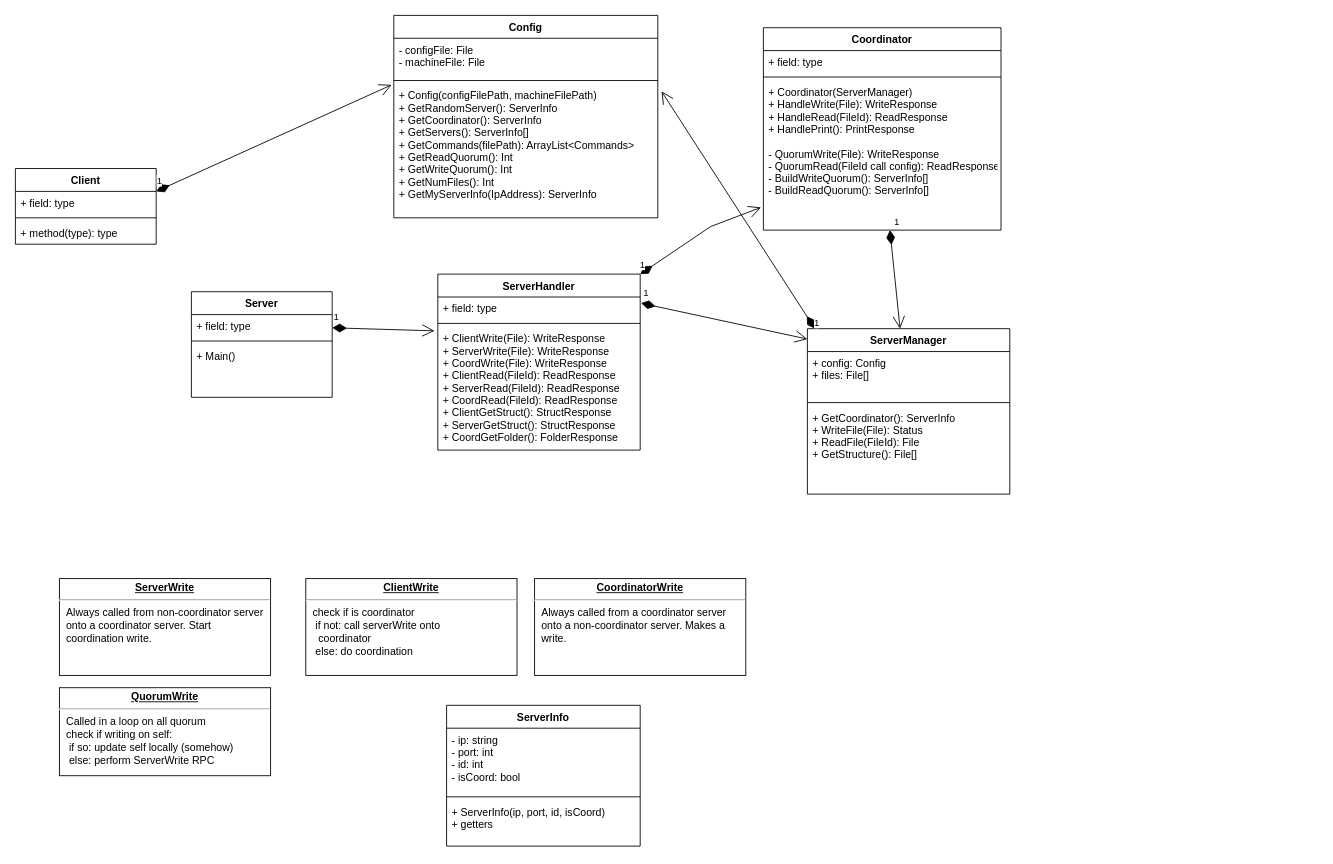
lukekivi/Distributed-File-System keeps this draw.io diagram as PA3.drawio. Above is the earlier version. Source tidied: cells renumbered, new cells numbered last; positions are measured from the earlier drawing's top-left corner, leaving out a move shared by most shapes. Both pictures are drawn from the tidied source at 88%, with x=0, y=0 at pixel (15, 15).
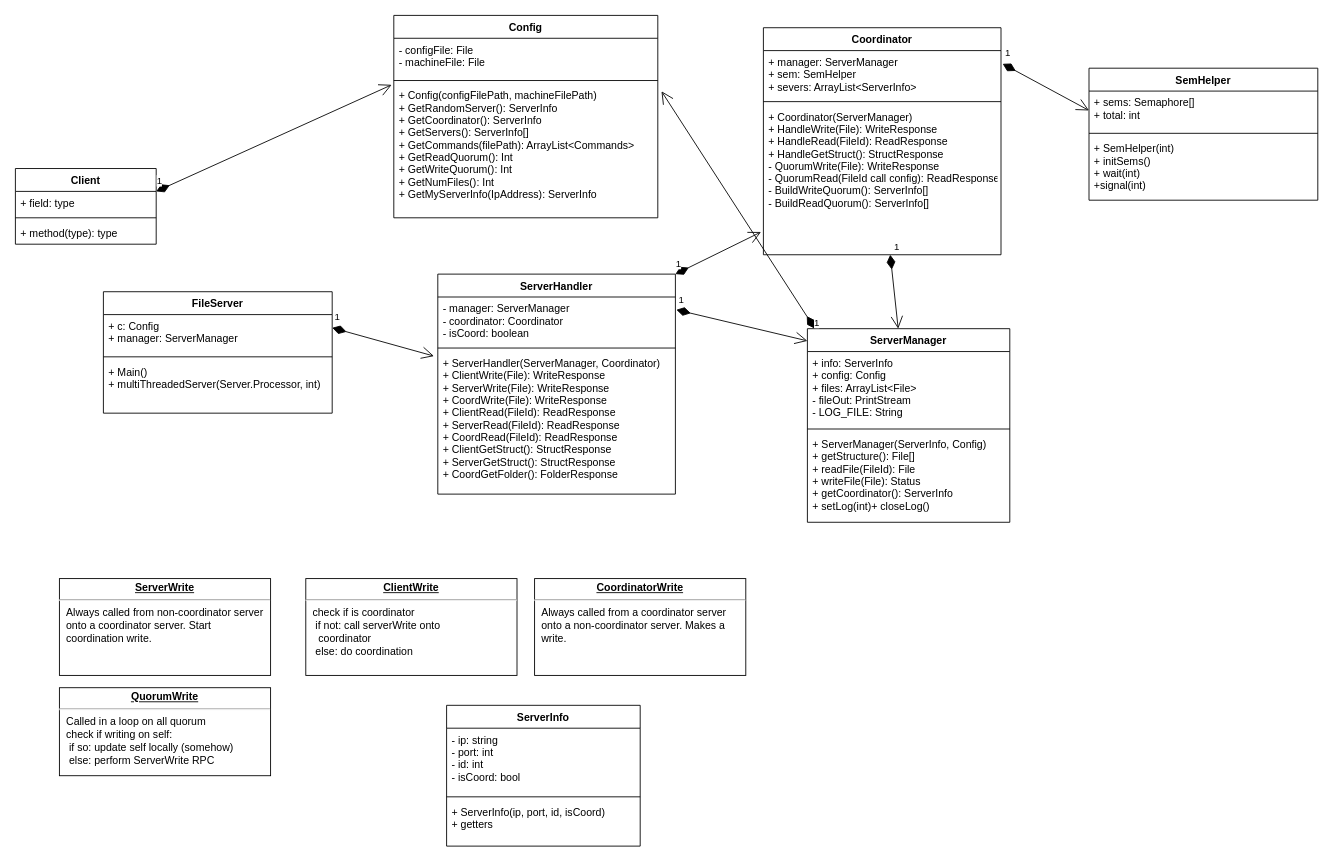
Above is the later version.

What changed in the source:
```diff
@@
     <mxCell id="2" value="ServerHandler&#10;" style="swimlane;fontStyle=1;align=center;verticalAlign=top;horizontal=1;startSize=26;" parent="1" vertex="1">
-      <mxGeometry x="480" y="294" width="230" height="200" as="geometry" />
+      <mxGeometry x="480" y="294" width="270" height="250" as="geometry" />
     </mxCell>
-    <mxCell id="3" value="+ field: type" style="text;strokeColor=none;fillColor=none;align=left;verticalAlign=top;spacingLeft=4;spacingRight=4;overflow=hidden;points=[[0,0.5],[1,0.5]];portConstraint=eastwest;" parent="2" vertex="1">
-      <mxGeometry y="26" width="230" height="26" as="geometry" />
+    <mxCell id="3" value="- manager: ServerManager&#10;- coordinator: Coordinator&#10;- isCoord: boolean" style="text;strokeColor=none;fillColor=none;align=left;verticalAlign=top;spacingLeft=4;spacingRight=4;overflow=hidden;points=[[0,0.5],[1,0.5]];portConstraint=eastwest;" parent="2" vertex="1">
+      <mxGeometry y="26" width="270" height="54" as="geometry" />
     </mxCell>
     <mxCell id="4" style="line;strokeWidth=1;fillColor=none;align=left;verticalAlign=middle;spacingTop=-1;spacingLeft=3;spacingRight=3;labelPosition=right;" parent="2" vertex="1">
-      <mxGeometry y="52" width="230" height="8" as="geometry" />
+      <mxGeometry y="80" width="270" height="8" as="geometry" />
     </mxCell>
-    <mxCell id="5" value="+ ClientWrite(File): WriteResponse &#10;+ ServerWrite(File): WriteResponse&#10;+ CoordWrite(File): WriteResponse&#10;+ ClientRead(FileId): ReadResponse&#10;+ ServerRead(FileId): ReadResponse&#10;+ CoordRead(FileId): ReadResponse&#10;+ ClientGetStruct(): StructResponse&#10;+ ServerGetStruct(): StructResponse&#10;+ CoordGetFolder(): FolderResponse" style="text;strokeColor=none;fillColor=none;align=left;verticalAlign=top;spacingLeft=4;spacingRight=4;overflow=hidden;points=[[0,0.5],[1,0.5]];portConstraint=eastwest;" parent="2" vertex="1">
-      <mxGeometry y="60" width="230" height="140" as="geometry" />
+    <mxCell id="5" value="+ ServerHandler(ServerManager, Coordinator)&#10;+ ClientWrite(File): WriteResponse &#10;+ ServerWrite(File): WriteResponse &#10;+ CoordWrite(File): WriteResponse&#10;+ ClientRead(FileId): ReadResponse&#10;+ ServerRead(FileId): ReadResponse&#10;+ CoordRead(FileId): ReadResponse&#10;+ ClientGetStruct(): StructResponse&#10;+ ServerGetStruct(): StructResponse&#10;+ CoordGetFolder(): FolderResponse" style="text;strokeColor=none;fillColor=none;align=left;verticalAlign=top;spacingLeft=4;spacingRight=4;overflow=hidden;points=[[0,0.5],[1,0.5]];portConstraint=eastwest;" parent="2" vertex="1">
+      <mxGeometry y="88" width="270" height="162" as="geometry" />
     </mxCell>
@@
     <mxCell id="10" value="Coordinator" style="swimlane;fontStyle=1;align=center;verticalAlign=top;horizontal=1;startSize=26;" parent="1" vertex="1">
-      <mxGeometry x="850" y="14" width="270" height="230" as="geometry" />
+      <mxGeometry x="850" y="14" width="270" height="258" as="geometry" />
     </mxCell>
-    <mxCell id="11" value="+ field: type" style="text;strokeColor=none;fillColor=none;align=left;verticalAlign=top;spacingLeft=4;spacingRight=4;overflow=hidden;points=[[0,0.5],[1,0.5]];portConstraint=eastwest;" parent="10" vertex="1">
-      <mxGeometry y="26" width="270" height="26" as="geometry" />
+    <mxCell id="11" value="+ manager: ServerManager&#10;+ sem: SemHelper&#10;+ severs: ArrayList&lt;ServerInfo&gt;&#10;" style="text;strokeColor=none;fillColor=none;align=left;verticalAlign=top;spacingLeft=4;spacingRight=4;overflow=hidden;points=[[0,0.5],[1,0.5]];portConstraint=eastwest;" parent="10" vertex="1">
+      <mxGeometry y="26" width="270" height="54" as="geometry" />
     </mxCell>
     <mxCell id="12" style="line;strokeWidth=1;fillColor=none;align=left;verticalAlign=middle;spacingTop=-1;spacingLeft=3;spacingRight=3;labelPosition=right;" parent="10" vertex="1">
-      <mxGeometry y="52" width="270" height="8" as="geometry" />
+      <mxGeometry y="80" width="270" height="8" as="geometry" />
     </mxCell>
-    <mxCell id="13" value="+ Coordinator(ServerManager)&#10;+ HandleWrite(File): WriteResponse&#10;+ HandleRead(FileId): ReadResponse&#10;+ HandlePrint(): PrintResponse&#10;&#10;- QuorumWrite(File): WriteResponse&#10;- QuorumRead(FileId call config): ReadResponse&#10;- BuildWriteQuorum(): ServerInfo[]&#10;- BuildReadQuorum(): ServerInfo[]&#10;" style="text;strokeColor=none;fillColor=none;align=left;verticalAlign=top;spacingLeft=4;spacingRight=4;overflow=hidden;points=[[0,0.5],[1,0.5]];portConstraint=eastwest;" parent="10" vertex="1">
-      <mxGeometry y="60" width="270" height="170" as="geometry" />
+    <mxCell id="13" value="+ Coordinator(ServerManager)&#10;+ HandleWrite(File): WriteResponse&#10;+ HandleRead(FileId): ReadResponse&#10;+ HandleGetStruct(): StructResponse&#10;- QuorumWrite(File): WriteResponse&#10;- QuorumRead(FileId call config): ReadResponse&#10;- BuildWriteQuorum(): ServerInfo[]&#10;- BuildReadQuorum(): ServerInfo[]&#10;" style="text;strokeColor=none;fillColor=none;align=left;verticalAlign=top;spacingLeft=4;spacingRight=4;overflow=hidden;points=[[0,0.5],[1,0.5]];portConstraint=eastwest;" parent="10" vertex="1">
+      <mxGeometry y="88" width="270" height="170" as="geometry" />
     </mxCell>
-    <mxCell id="14" value="Server" style="swimlane;fontStyle=1;align=center;verticalAlign=top;horizontal=1;startSize=26;" parent="1" vertex="1">
-      <mxGeometry x="200" y="314" width="160" height="120" as="geometry" />
+    <mxCell id="14" value="FileServer" style="swimlane;fontStyle=1;align=center;verticalAlign=top;horizontal=1;startSize=26;" parent="1" vertex="1">
+      <mxGeometry x="100" y="314" width="260" height="138" as="geometry" />
     </mxCell>
-    <mxCell id="15" value="+ field: type" style="text;strokeColor=none;fillColor=none;align=left;verticalAlign=top;spacingLeft=4;spacingRight=4;overflow=hidden;" parent="14" vertex="1">
-      <mxGeometry y="26" width="160" height="26" as="geometry" />
+    <mxCell id="15" value="+ c: Config&#10;+ manager: ServerManager&#10;" style="text;strokeColor=none;fillColor=none;align=left;verticalAlign=top;spacingLeft=4;spacingRight=4;overflow=hidden;" parent="14" vertex="1">
+      <mxGeometry y="26" width="260" height="44" as="geometry" />
     </mxCell>
     <mxCell id="16" style="line;strokeWidth=1;fillColor=none;align=left;verticalAlign=middle;spacingTop=-1;spacingLeft=3;spacingRight=3;labelPosition=right;" parent="14" vertex="1">
-      <mxGeometry y="52" width="160" height="8" as="geometry" />
+      <mxGeometry y="70" width="260" height="8" as="geometry" />
     </mxCell>
-    <mxCell id="17" value="+ Main()" style="text;strokeColor=none;fillColor=none;align=left;verticalAlign=top;spacingLeft=4;spacingRight=4;overflow=hidden;" parent="14" vertex="1">
-      <mxGeometry y="60" width="160" height="60" as="geometry" />
+    <mxCell id="17" value="+ Main()&#10;+ multiThreadedServer(Server.Processor, int)" style="text;strokeColor=none;fillColor=none;align=left;verticalAlign=top;spacingLeft=4;spacingRight=4;overflow=hidden;" parent="14" vertex="1">
+      <mxGeometry y="78" width="260" height="60" as="geometry" />
     </mxCell>
@@
     <mxCell id="29" value="ServerManager" style="swimlane;fontStyle=1;align=center;verticalAlign=top;horizontal=1;startSize=26;" parent="1" vertex="1">
-      <mxGeometry x="900" y="356" width="230" height="188" as="geometry" />
+      <mxGeometry x="900" y="356" width="230" height="220" as="geometry" />
     </mxCell>
-    <mxCell id="30" value="+ config: Config&#10;+ files: File[]" style="text;strokeColor=none;fillColor=none;align=left;verticalAlign=top;spacingLeft=4;spacingRight=4;overflow=hidden;" parent="29" vertex="1">
-      <mxGeometry y="26" width="230" height="54" as="geometry" />
+    <mxCell id="30" value="+ info: ServerInfo&#10;+ config: Config&#10;+ files: ArrayList&lt;File&gt;&#10;- fileOut: PrintStream&#10;- LOG_FILE: String&#10;" style="text;strokeColor=none;fillColor=none;align=left;verticalAlign=top;spacingLeft=4;spacingRight=4;overflow=hidden;" parent="29" vertex="1">
+      <mxGeometry y="26" width="230" height="84" as="geometry" />
     </mxCell>
     <mxCell id="31" style="line;strokeWidth=1;fillColor=none;align=left;verticalAlign=middle;spacingTop=-1;spacingLeft=3;spacingRight=3;labelPosition=right;" parent="29" vertex="1">
-      <mxGeometry y="80" width="230" height="8" as="geometry" />
+      <mxGeometry y="110" width="230" height="8" as="geometry" />
     </mxCell>
-    <mxCell id="32" value="+ GetCoordinator(): ServerInfo&#10;+ WriteFile(File): Status&#10;+ ReadFile(FileId): File&#10;+ GetStructure(): File[]" style="text;strokeColor=none;fillColor=none;align=left;verticalAlign=top;spacingLeft=4;spacingRight=4;overflow=hidden;" parent="29" vertex="1">
-      <mxGeometry y="88" width="230" height="100" as="geometry" />
+    <mxCell id="32" value="+ ServerManager(ServerInfo, Config)&#10;+ getStructure(): File[]&#10;+ readFile(FileId): File&#10;+ writeFile(File): Status &#10;+ getCoordinator(): ServerInfo &#10;+ setLog(int)+ closeLog()&#10;" style="text;strokeColor=none;fillColor=none;align=left;verticalAlign=top;spacingLeft=4;spacingRight=4;overflow=hidden;" parent="29" vertex="1">
+      <mxGeometry y="118" width="230" height="102" as="geometry" />
     </mxCell>
@@
     <mxCell id="38" value="1" style="endArrow=open;html=1;endSize=12;startArrow=diamondThin;startSize=14;startFill=1;align=left;verticalAlign=bottom;rounded=0;entryX=-0.01;entryY=0.848;entryDx=0;entryDy=0;entryPerimeter=0;exitX=1;exitY=0;exitDx=0;exitDy=0;" parent="1" edge="1" source="2" target="13">
-      <mxGeometry x="-1" y="3" relative="1" as="geometry">
-        <Array as="points">
-          <mxPoint x="790" y="240" />
-        </Array>
-      </mxGeometry>
+      <mxGeometry x="-1" y="3" relative="1" as="geometry" />
     </mxCell>
@@
+    <mxCell id="40" value="SemHelper" style="swimlane;fontStyle=1;align=center;verticalAlign=top;horizontal=1;startSize=26;" parent="1" vertex="1">
+      <mxGeometry x="1220" y="60" width="260" height="150" as="geometry" />
+    </mxCell>
+    <mxCell id="41" value="+ sems: Semaphore[]&#10;+ total: int&#10;" style="text;strokeColor=none;fillColor=none;align=left;verticalAlign=top;spacingLeft=4;spacingRight=4;overflow=hidden;points=[[0,0.5],[1,0.5]];portConstraint=eastwest;" parent="40" vertex="1">
+      <mxGeometry y="26" width="260" height="44" as="geometry" />
+    </mxCell>
+    <mxCell id="42" style="line;strokeWidth=1;fillColor=none;align=left;verticalAlign=middle;spacingTop=-1;spacingLeft=3;spacingRight=3;labelPosition=right;" parent="40" vertex="1">
+      <mxGeometry y="70" width="260" height="8" as="geometry" />
+    </mxCell>
+    <mxCell id="43" value="+ SemHelper(int)&#10;+ initSems()&#10;+ wait(int)&#10;+signal(int)&#10;" style="text;strokeColor=none;fillColor=none;align=left;verticalAlign=top;spacingLeft=4;spacingRight=4;overflow=hidden;" parent="40" vertex="1">
+      <mxGeometry y="78" width="260" height="72" as="geometry" />
+    </mxCell>
+    <mxCell id="44" value="1" style="endArrow=open;html=1;endSize=12;startArrow=diamondThin;startSize=14;startFill=1;align=left;verticalAlign=bottom;rounded=0;entryX=0;entryY=0.5;entryDx=0;entryDy=0;exitX=1.007;exitY=0.278;exitDx=0;exitDy=0;exitPerimeter=0;" parent="1" edge="1" source="11" target="41">
+      <mxGeometry x="-1" y="3" relative="1" as="geometry" />
+    </mxCell>
```
